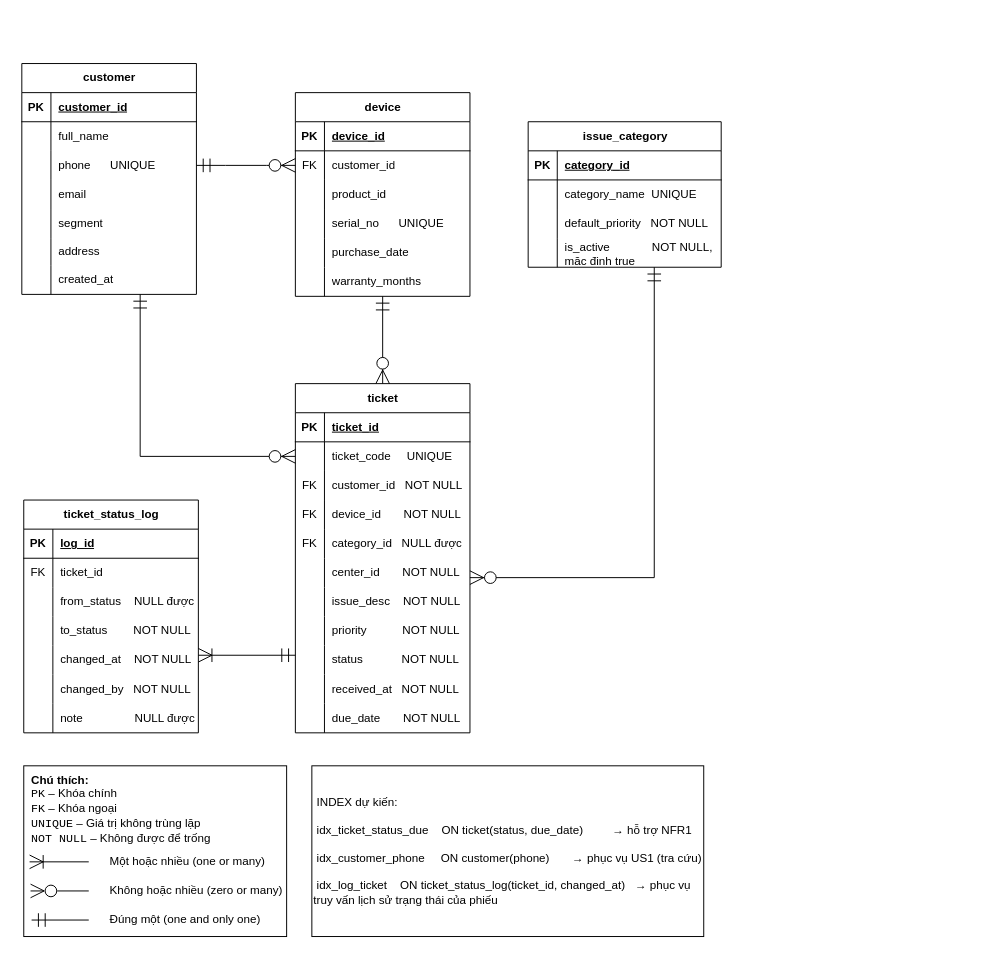
Dang-Mai-Hoang-Long/cdtn1-dangmaihoanglong-l2 keeps this draw.io diagram as docs/erd.drawio. Above is the earlier version. Source tidied: cells renumbered, new cells numbered last; positions are measured from the earlier drawing's top-left corner, leaving out a move shared by most shapes. Both pictures are drawn from the tidied source at 97%, with x=0, y=0 at pixel (21, 63).
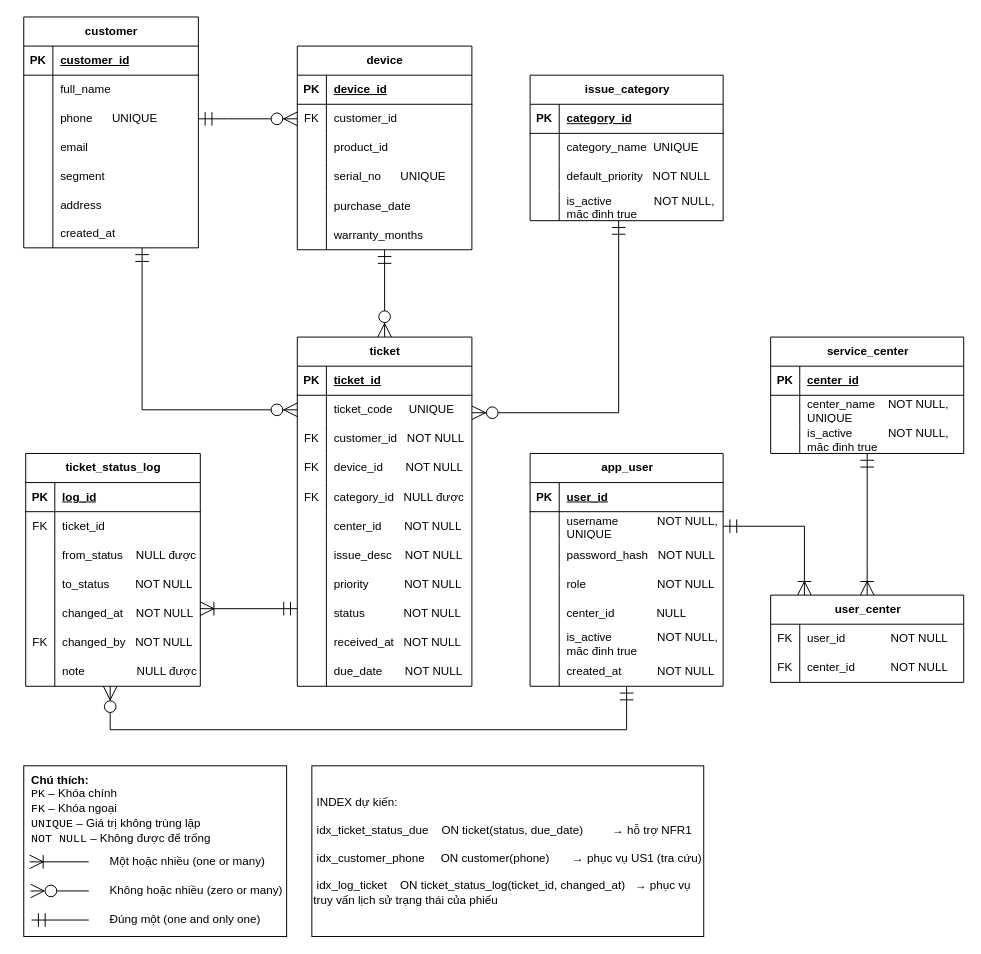
After the change.

The change refers to these unchanged cells:
```xml
<mxCell id="21" style="shape=tableRow;horizontal=0;startSize=0;swimlaneHead=0;swimlaneBody=0;fillColor=none;points=[[0,0.5],[1,0.5]];portConstraint=eastwest;top=0;left=0;right=0;bottom=0;" parent="2" vertex="1">
  <mxGeometry y="208" width="180" height="30" as="geometry" />
</mxCell>
<mxCell id="47" style="shape=tableRow;horizontal=0;startSize=0;swimlaneHead=0;swimlaneBody=0;fillColor=none;points=[[0,0.5],[1,0.5]];portConstraint=eastwest;top=0;left=0;right=0;bottom=0;" parent="43" vertex="1">
  <mxGeometry y="60" width="180" height="30" as="geometry" />
</mxCell>
<mxCell id="59" style="shape=tableRow;horizontal=0;startSize=0;swimlaneHead=0;swimlaneBody=0;fillColor=none;points=[[0,0.5],[1,0.5]];portConstraint=eastwest;top=0;left=0;right=0;bottom=0;" parent="43" vertex="1">
  <mxGeometry y="180" width="180" height="30" as="geometry" />
</mxCell>
<mxCell id="93" style="shape=tableRow;horizontal=0;startSize=0;swimlaneHead=0;swimlaneBody=0;fillColor=none;top=0;left=0;right=0;bottom=0;" parent="77" vertex="1">
  <mxGeometry y="180" width="180" height="30" as="geometry" />
</mxCell>
<mxCell id="96" style="shape=tableRow;horizontal=0;startSize=0;swimlaneHead=0;swimlaneBody=0;fillColor=none;points=[[0,0.5],[1,0.5]];portConstraint=eastwest;top=0;left=0;right=0;bottom=0;" parent="77" vertex="1">
  <mxGeometry y="210" width="180" height="30" as="geometry" />
</mxCell>
<mxCell id="109" style="shape=tableRow;horizontal=0;startSize=0;swimlaneHead=0;swimlaneBody=0;fillColor=none;points=[[0,0.5],[1,0.5]];portConstraint=eastwest;top=0;left=0;right=0;bottom=0;" parent="99" vertex="1">
  <mxGeometry y="120" width="199" height="30" as="geometry" />
</mxCell>
```

Change to the diagram source:
```diff
@@
     <mxCell id="2" value="customer" style="shape=table;startSize=30;childLayout=tableLayout;rowLines=0;fontStyle=1;align=center;html=1;" parent="1" vertex="1">
-      <mxGeometry width="180" height="238" as="geometry" />
+      <mxGeometry x="2" y="-48" width="180" height="238" as="geometry" />
     </mxCell>
@@
     <mxCell id="24" value="device" style="shape=table;startSize=30;childLayout=tableLayout;rowLines=0;fontStyle=1;align=center;html=1;" parent="1" vertex="1">
-      <mxGeometry x="282" y="30" width="180" height="210" as="geometry" />
+      <mxGeometry x="284" y="-18" width="180" height="210" as="geometry" />
     </mxCell>
@@
     <mxCell id="43" value="ticket" style="shape=table;startSize=30;childLayout=tableLayout;rowLines=0;fontStyle=1;align=center;html=1;" parent="1" vertex="1">
-      <mxGeometry x="282" y="330" width="180" height="360" as="geometry" />
+      <mxGeometry x="284" y="282" width="180" height="360" as="geometry" />
     </mxCell>
@@
     <mxCell id="77" value="ticket_status_log" style="shape=table;startSize=30;childLayout=tableLayout;rowLines=0;fontStyle=1;align=center;html=1;" parent="1" vertex="1">
-      <mxGeometry x="2" y="450" width="180" height="240" as="geometry" />
+      <mxGeometry x="4" y="402" width="180" height="240" as="geometry" />
     </mxCell>
@@
-    <mxCell id="94" style="shape=partialRectangle;fillColor=none;top=0;left=0;bottom=0;right=0;overflow=hidden;whiteSpace=wrap;html=1;" parent="93" vertex="1">
+    <mxCell id="94" value="FK" style="shape=partialRectangle;fillColor=none;top=0;left=0;bottom=0;right=0;overflow=hidden;whiteSpace=wrap;html=1;" parent="93" vertex="1">
       <mxGeometry width="30" height="30" as="geometry" />
     </mxCell>
@@
     <mxCell id="99" value="issue_category" style="shape=table;startSize=30;childLayout=tableLayout;rowLines=0;fontStyle=1;align=center;html=1;" parent="1" vertex="1">
-      <mxGeometry x="522" y="60" width="199" height="150" as="geometry" />
+      <mxGeometry x="524" y="12" width="199" height="150" as="geometry" />
     </mxCell>
@@
     <mxCell id="113" style="edgeStyle=orthogonalEdgeStyle;fontSize=12;html=1;endArrow=ERzeroToMany;startArrow=ERmandOne;rounded=0;startSize=12;endSize=12;" parent="1" edge="1" source="21" target="47">
       <mxGeometry relative="1" as="geometry">
         <Array as="points">
-          <mxPoint x="122" y="405" />
+          <mxPoint x="124" y="357" />
         </Array>
       </mxGeometry>
     </mxCell>
@@
     <mxCell id="115" style="fontSize=12;html=1;endArrow=ERoneToMany;startArrow=ERmandOne;rounded=0;endSize=12;startSize=12;endFill=0;" parent="1" edge="1">
       <mxGeometry relative="1" as="geometry">
-        <mxPoint x="282" y="610" as="sourcePoint" />
-        <mxPoint x="182" y="610" as="targetPoint" />
+        <mxPoint x="284" y="562" as="sourcePoint" />
+        <mxPoint x="184" y="562" as="targetPoint" />
       </mxGeometry>
     </mxCell>
-    <mxCell id="116" style="edgeStyle=orthogonalEdgeStyle;fontSize=12;html=1;endArrow=ERzeroToMany;startArrow=ERmandOne;rounded=0;startSize=12;endSize=12;" parent="1" edge="1" target="59">
-      <mxGeometry x="-0.49" relative="1" as="geometry">
-        <mxPoint x="652" y="210" as="sourcePoint" />
+    <mxCell id="116" style="edgeStyle=orthogonalEdgeStyle;fontSize=12;html=1;endArrow=ERzeroToMany;startArrow=ERmandOne;rounded=0;startSize=12;endSize=12;" parent="1" edge="1" source="109" target="47">
+      <mxGeometry x="-0.32" relative="1" as="geometry">
         <Array as="points">
-          <mxPoint x="652" y="530" />
+          <mxPoint x="615.3" y="360" />
         </Array>
       </mxGeometry>
     </mxCell>
@@
+    <mxCell id="126" value="app_user" style="shape=table;startSize=30;childLayout=tableLayout;rowLines=0;fontStyle=1;align=center;html=1;" parent="1" vertex="1">
+      <mxGeometry x="524" y="402" width="199" height="240" as="geometry" />
+    </mxCell>
+    <mxCell id="127" style="shape=tableRow;horizontal=0;startSize=0;swimlaneHead=0;swimlaneBody=0;fillColor=none;top=0;left=0;right=0;bottom=1;" parent="126" vertex="1">
+      <mxGeometry y="30" width="199" height="30" as="geometry" />
+    </mxCell>
+    <mxCell id="128" value="PK" style="shape=partialRectangle;fillColor=none;top=0;left=0;bottom=0;right=0;fontStyle=1;overflow=hidden;whiteSpace=wrap;html=1;" parent="127" vertex="1">
+      <mxGeometry width="30" height="30" as="geometry" />
+    </mxCell>
+    <mxCell id="129" value="user_id" style="shape=partialRectangle;fillColor=none;top=0;left=0;bottom=0;right=0;align=left;spacingLeft=6;fontStyle=5;overflow=hidden;whiteSpace=wrap;html=1;" parent="127" vertex="1">
+      <mxGeometry x="30" width="169" height="30" as="geometry" />
+    </mxCell>
+    <mxCell id="130" style="shape=tableRow;horizontal=0;startSize=0;swimlaneHead=0;swimlaneBody=0;fillColor=none;points=[[0,0.5],[1,0.5]];portConstraint=eastwest;top=0;left=0;right=0;bottom=0;" parent="126" vertex="1">
+      <mxGeometry y="60" width="199" height="30" as="geometry" />
+    </mxCell>
+    <mxCell id="131" style="shape=partialRectangle;fillColor=none;top=0;left=0;bottom=0;right=0;overflow=hidden;whiteSpace=wrap;html=1;" parent="130" vertex="1">
+      <mxGeometry width="30" height="30" as="geometry" />
+    </mxCell>
+    <mxCell id="132" value="username&amp;nbsp; &amp;nbsp; &amp;nbsp; &amp;nbsp; &amp;nbsp; &amp;nbsp; NOT NULL, UNIQUE&amp;nbsp;" style="shape=partialRectangle;fillColor=none;top=0;left=0;bottom=0;right=0;align=left;spacingLeft=6;overflow=hidden;whiteSpace=wrap;html=1;" parent="130" vertex="1">
+      <mxGeometry x="30" width="169" height="30" as="geometry" />
+    </mxCell>
+    <mxCell id="133" style="shape=tableRow;horizontal=0;startSize=0;swimlaneHead=0;swimlaneBody=0;fillColor=none;top=0;left=0;right=0;bottom=0;" parent="126" vertex="1">
+      <mxGeometry y="90" width="199" height="30" as="geometry" />
+    </mxCell>
+    <mxCell id="134" style="shape=partialRectangle;fillColor=none;top=0;left=0;bottom=0;right=0;overflow=hidden;whiteSpace=wrap;html=1;" parent="133" vertex="1">
+      <mxGeometry width="30" height="30" as="geometry" />
+    </mxCell>
+    <mxCell id="135" value="password_hash&amp;nbsp; &amp;nbsp;NOT NULL" style="shape=partialRectangle;fillColor=none;top=0;left=0;bottom=0;right=0;align=left;spacingLeft=6;overflow=hidden;whiteSpace=wrap;html=1;" parent="133" vertex="1">
+      <mxGeometry x="30" width="169" height="30" as="geometry" />
+    </mxCell>
+    <mxCell id="136" style="shape=tableRow;horizontal=0;startSize=0;swimlaneHead=0;swimlaneBody=0;fillColor=none;top=0;left=0;right=0;bottom=0;" parent="126" vertex="1">
+      <mxGeometry y="120" width="199" height="30" as="geometry" />
+    </mxCell>
+    <mxCell id="137" style="shape=partialRectangle;fillColor=none;top=0;left=0;bottom=0;right=0;overflow=hidden;whiteSpace=wrap;html=1;" parent="136" vertex="1">
+      <mxGeometry width="30" height="30" as="geometry" />
+    </mxCell>
+    <mxCell id="138" value="role&amp;nbsp; &amp;nbsp; &amp;nbsp; &amp;nbsp; &amp;nbsp; &amp;nbsp; &amp;nbsp; &amp;nbsp; &amp;nbsp; &amp;nbsp; &amp;nbsp; NOT NULL" style="shape=partialRectangle;fillColor=none;top=0;left=0;bottom=0;right=0;align=left;spacingLeft=6;overflow=hidden;whiteSpace=wrap;html=1;" parent="136" vertex="1">
+      <mxGeometry x="30" width="169" height="30" as="geometry" />
+    </mxCell>
+    <mxCell id="139" style="shape=tableRow;horizontal=0;startSize=0;swimlaneHead=0;swimlaneBody=0;fillColor=none;top=0;left=0;right=0;bottom=0;" parent="126" vertex="1">
+      <mxGeometry y="150" width="199" height="30" as="geometry" />
+    </mxCell>
+    <mxCell id="140" style="shape=partialRectangle;fillColor=none;top=0;left=0;bottom=0;right=0;overflow=hidden;whiteSpace=wrap;html=1;" parent="139" vertex="1">
+      <mxGeometry width="30" height="30" as="geometry" />
+    </mxCell>
+    <mxCell id="141" value="center_id&amp;nbsp; &amp;nbsp; &amp;nbsp; &amp;nbsp; &amp;nbsp; &amp;nbsp; &amp;nbsp;NULL" style="shape=partialRectangle;fillColor=none;top=0;left=0;bottom=0;right=0;align=left;spacingLeft=6;overflow=hidden;whiteSpace=wrap;html=1;" parent="139" vertex="1">
+      <mxGeometry x="30" width="169" height="30" as="geometry" />
+    </mxCell>
+    <mxCell id="142" style="shape=tableRow;horizontal=0;startSize=0;swimlaneHead=0;swimlaneBody=0;fillColor=none;top=0;left=0;right=0;bottom=0;" parent="126" vertex="1">
+      <mxGeometry y="180" width="199" height="30" as="geometry" />
+    </mxCell>
+    <mxCell id="143" style="shape=partialRectangle;fillColor=none;top=0;left=0;bottom=0;right=0;overflow=hidden;whiteSpace=wrap;html=1;" parent="142" vertex="1">
+      <mxGeometry width="30" height="30" as="geometry" />
+    </mxCell>
+    <mxCell id="144" value=" is_active&amp;nbsp; &amp;nbsp; &amp;nbsp; &amp;nbsp; &amp;nbsp; &amp;nbsp; &amp;nbsp; NOT NULL, mặc định true" style="shape=partialRectangle;fillColor=none;top=0;left=0;bottom=0;right=0;align=left;spacingLeft=6;overflow=hidden;whiteSpace=wrap;html=1;" parent="142" vertex="1">
+      <mxGeometry x="30" width="169" height="30" as="geometry" />
+    </mxCell>
+    <mxCell id="145" style="shape=tableRow;horizontal=0;startSize=0;swimlaneHead=0;swimlaneBody=0;fillColor=none;points=[[0,0.5],[1,0.5]];portConstraint=eastwest;top=0;left=0;right=0;bottom=0;" parent="126" vertex="1">
+      <mxGeometry y="210" width="199" height="30" as="geometry" />
+    </mxCell>
+    <mxCell id="146" style="shape=partialRectangle;fillColor=none;top=0;left=0;bottom=0;right=0;overflow=hidden;whiteSpace=wrap;html=1;" parent="145" vertex="1">
+      <mxGeometry width="30" height="30" as="geometry" />
+    </mxCell>
+    <mxCell id="147" value="created_at&amp;nbsp; &amp;nbsp; &amp;nbsp; &amp;nbsp; &amp;nbsp; &amp;nbsp;NOT NULL" style="shape=partialRectangle;fillColor=none;top=0;left=0;bottom=0;right=0;align=left;spacingLeft=6;overflow=hidden;whiteSpace=wrap;html=1;" parent="145" vertex="1">
+      <mxGeometry x="30" width="169" height="30" as="geometry" />
+    </mxCell>
+    <mxCell id="148" style="edgeStyle=orthogonalEdgeStyle;fontSize=12;html=1;endArrow=ERzeroToMany;startArrow=ERmandOne;rounded=0;startSize=12;endSize=12;" parent="1" edge="1" source="145" target="96">
+      <mxGeometry x="0.15" relative="1" as="geometry">
+        <Array as="points">
+          <mxPoint x="623.5" y="686.8" />
+          <mxPoint x="91.1" y="686.8" />
+        </Array>
+      </mxGeometry>
+    </mxCell>
+    <mxCell id="149" value="service_center" style="shape=table;startSize=30;childLayout=tableLayout;rowLines=0;fontStyle=1;align=center;html=1;" parent="1" vertex="1">
+      <mxGeometry x="772" y="282" width="199" height="120" as="geometry" />
+    </mxCell>
+    <mxCell id="150" style="shape=tableRow;horizontal=0;startSize=0;swimlaneHead=0;swimlaneBody=0;fillColor=none;top=0;left=0;right=0;bottom=1;" parent="149" vertex="1">
+      <mxGeometry y="30" width="199" height="30" as="geometry" />
+    </mxCell>
+    <mxCell id="151" value="PK" style="shape=partialRectangle;fillColor=none;top=0;left=0;bottom=0;right=0;fontStyle=1;overflow=hidden;whiteSpace=wrap;html=1;" parent="150" vertex="1">
+      <mxGeometry width="30" height="30" as="geometry" />
+    </mxCell>
+    <mxCell id="152" value="center_id" style="shape=partialRectangle;fillColor=none;top=0;left=0;bottom=0;right=0;align=left;spacingLeft=6;fontStyle=5;overflow=hidden;whiteSpace=wrap;html=1;" parent="150" vertex="1">
+      <mxGeometry x="30" width="169" height="30" as="geometry" />
+    </mxCell>
+    <mxCell id="153" style="shape=tableRow;horizontal=0;startSize=0;swimlaneHead=0;swimlaneBody=0;fillColor=none;top=0;left=0;right=0;bottom=0;" parent="149" vertex="1">
+      <mxGeometry y="60" width="199" height="30" as="geometry" />
+    </mxCell>
+    <mxCell id="154" style="shape=partialRectangle;fillColor=none;top=0;left=0;bottom=0;right=0;overflow=hidden;whiteSpace=wrap;html=1;" parent="153" vertex="1">
+      <mxGeometry width="30" height="30" as="geometry" />
+    </mxCell>
+    <mxCell id="155" value="center_name&amp;nbsp; &amp;nbsp; NOT NULL, UNIQUE&amp;nbsp;" style="shape=partialRectangle;fillColor=none;top=0;left=0;bottom=0;right=0;align=left;spacingLeft=6;overflow=hidden;whiteSpace=wrap;html=1;" parent="153" vertex="1">
+      <mxGeometry x="30" width="169" height="30" as="geometry" />
+    </mxCell>
+    <mxCell id="156" style="shape=tableRow;horizontal=0;startSize=0;swimlaneHead=0;swimlaneBody=0;fillColor=none;points=[[0,0.5],[1,0.5]];portConstraint=eastwest;top=0;left=0;right=0;bottom=0;" parent="149" vertex="1">
+      <mxGeometry y="90" width="199" height="30" as="geometry" />
+    </mxCell>
+    <mxCell id="157" style="shape=partialRectangle;fillColor=none;top=0;left=0;bottom=0;right=0;overflow=hidden;whiteSpace=wrap;html=1;" parent="156" vertex="1">
+      <mxGeometry width="30" height="30" as="geometry" />
+    </mxCell>
+    <mxCell id="158" value="is_active&amp;nbsp; &amp;nbsp; &amp;nbsp; &amp;nbsp; &amp;nbsp; &amp;nbsp;NOT NULL, mặc định true" style="shape=partialRectangle;fillColor=none;top=0;left=0;bottom=0;right=0;align=left;spacingLeft=6;overflow=hidden;whiteSpace=wrap;html=1;" parent="156" vertex="1">
+      <mxGeometry x="30" width="169" height="30" as="geometry" />
+    </mxCell>
+    <mxCell id="159" value="user_center" style="shape=table;startSize=30;childLayout=tableLayout;rowLines=0;fontStyle=1;align=center;html=1;" parent="1" vertex="1">
+      <mxGeometry x="772" y="548" width="199" height="90" as="geometry" />
+    </mxCell>
+    <mxCell id="160" style="shape=tableRow;horizontal=0;startSize=0;swimlaneHead=0;swimlaneBody=0;fillColor=none;top=0;left=0;right=0;bottom=0;" parent="159" vertex="1">
+      <mxGeometry y="30" width="199" height="30" as="geometry" />
+    </mxCell>
+    <mxCell id="161" value="FK" style="shape=partialRectangle;fillColor=none;top=0;left=0;bottom=0;right=0;overflow=hidden;whiteSpace=wrap;html=1;" parent="160" vertex="1">
+      <mxGeometry width="30" height="30" as="geometry" />
+    </mxCell>
+    <mxCell id="162" value="user_id&amp;nbsp; &amp;nbsp; &amp;nbsp; &amp;nbsp; &amp;nbsp; &amp;nbsp; &amp;nbsp; NOT NULL" style="shape=partialRectangle;fillColor=none;top=0;left=0;bottom=0;right=0;align=left;spacingLeft=6;overflow=hidden;whiteSpace=wrap;html=1;" parent="160" vertex="1">
+      <mxGeometry x="30" width="169" height="30" as="geometry" />
+    </mxCell>
+    <mxCell id="163" style="shape=tableRow;horizontal=0;startSize=0;swimlaneHead=0;swimlaneBody=0;fillColor=none;top=0;left=0;right=0;bottom=0;" parent="159" vertex="1">
+      <mxGeometry y="60" width="199" height="30" as="geometry" />
+    </mxCell>
+    <mxCell id="164" value="FK" style="shape=partialRectangle;fillColor=none;top=0;left=0;bottom=0;right=0;overflow=hidden;whiteSpace=wrap;html=1;" parent="163" vertex="1">
+      <mxGeometry width="30" height="30" as="geometry" />
+    </mxCell>
+    <mxCell id="165" value="center_id&amp;nbsp; &amp;nbsp; &amp;nbsp; &amp;nbsp; &amp;nbsp; &amp;nbsp;NOT NULL" style="shape=partialRectangle;fillColor=none;top=0;left=0;bottom=0;right=0;align=left;spacingLeft=6;overflow=hidden;whiteSpace=wrap;html=1;" parent="163" vertex="1">
+      <mxGeometry x="30" width="169" height="30" as="geometry" />
+    </mxCell>
+    <mxCell id="166" style="edgeStyle=orthogonalEdgeStyle;fontSize=12;html=1;endArrow=ERoneToMany;startArrow=ERmandOne;rounded=0;startSize=12;endSize=12;endFill=0;" parent="1" edge="1" source="130" target="159">
+      <mxGeometry x="0.42" relative="1" as="geometry">
+        <Array as="points">
+          <mxPoint x="806.8" y="477" />
+        </Array>
+      </mxGeometry>
+    </mxCell>
+    <mxCell id="167" style="edgeStyle=orthogonalEdgeStyle;fontSize=12;html=1;endArrow=ERoneToMany;startArrow=ERmandOne;rounded=0;startSize=12;endSize=12;endFill=0;" parent="1" edge="1" source="156" target="159">
+      <mxGeometry x="0.13" relative="1" as="geometry">
+        <Array as="points">
+          <mxPoint x="871.5" y="518.3" />
+          <mxPoint x="871.5" y="518.3" />
+        </Array>
+      </mxGeometry>
+    </mxCell>
```
